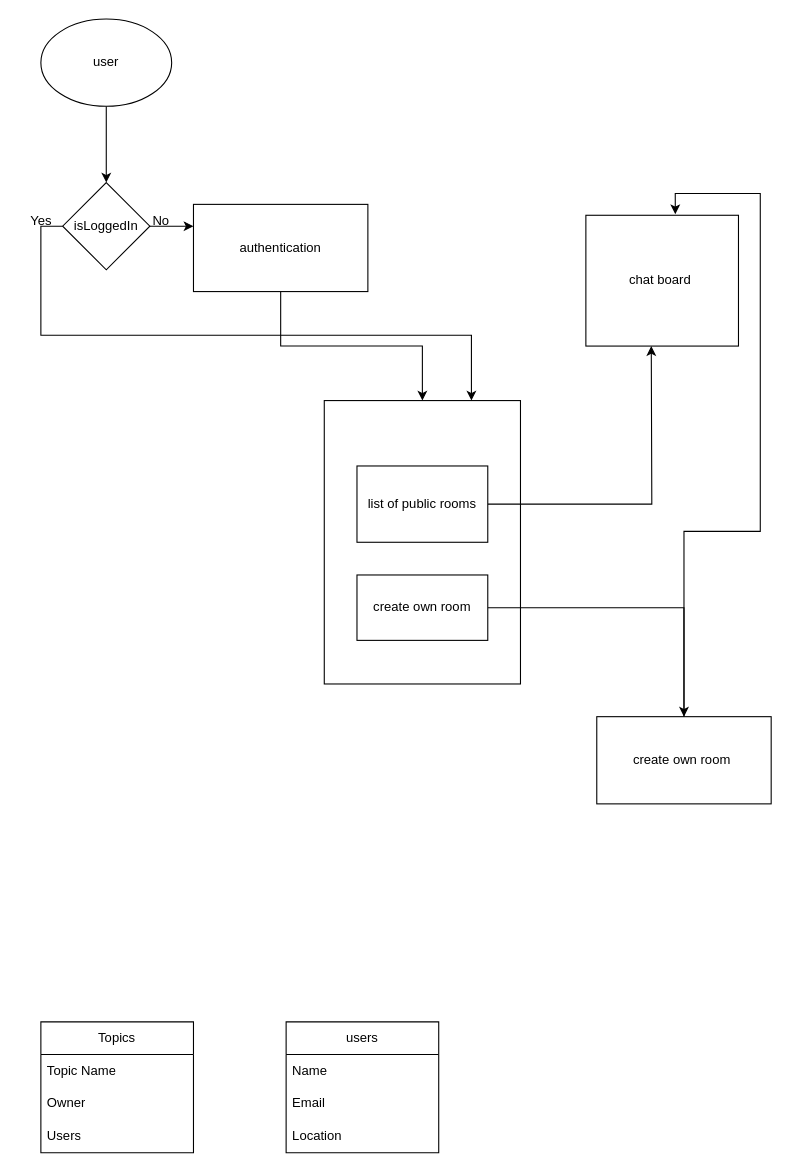
Earlier version of the draw.io diagram Concord.drawio (abhijith-dev/abhijith-dev). Source tidied: cells renumbered, new cells numbered last; positions are measured from the earlier drawing's top-left corner, leaving out a move shared by most shapes. Both pictures are drawn from the tidied source at 109%, with x=0, y=0 at pixel (19, 19).
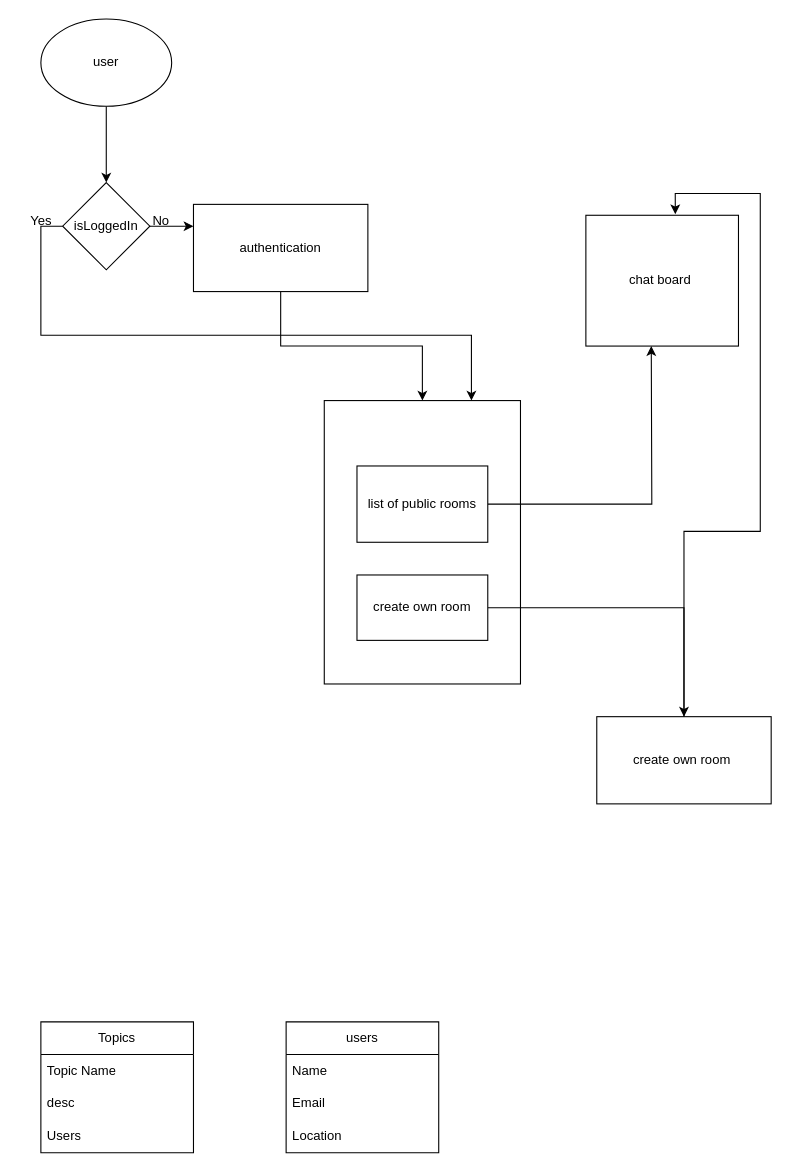
The same diagram, later.

The change refers to these unchanged cells:
```xml
<mxCell id="19" value="Topics" style="swimlane;fontStyle=0;horizontal=1;startSize=30;whiteSpace=wrap;html=1;" parent="1" vertex="1">
  <mxGeometry x="20" y="920" width="140" height="120" as="geometry" />
</mxCell>
```

What changed in the source:
```diff
@@
-    <mxCell id="21" value="Owner" style="text;strokeColor=none;fillColor=none;align=left;verticalAlign=middle;spacingLeft=4;spacingRight=4;overflow=hidden;whiteSpace=wrap;html=1;" parent="19" vertex="1">
+    <mxCell id="21" value="desc" style="text;strokeColor=none;fillColor=none;align=left;verticalAlign=middle;spacingLeft=4;spacingRight=4;overflow=hidden;whiteSpace=wrap;html=1;" parent="19" vertex="1">
       <mxGeometry y="60" width="140" height="30" as="geometry" />
     </mxCell>
```
